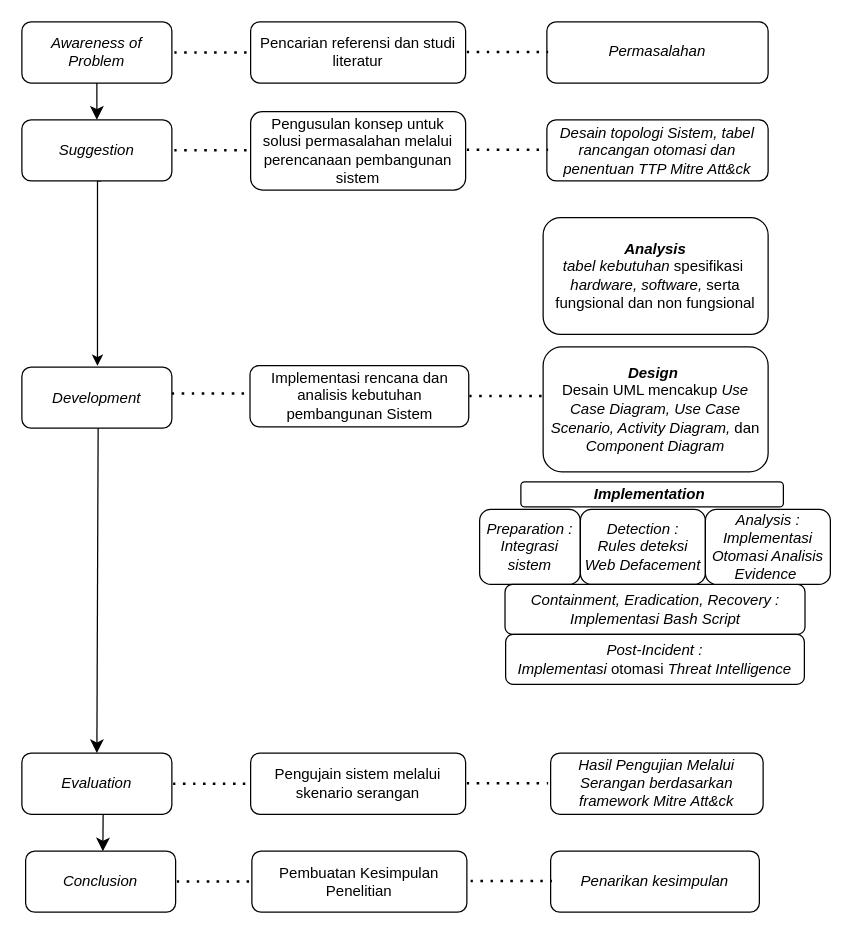
Earlier version of the draw.io diagram page "Halaman-2" (2 of 3) of Diagram Tanpa Judul.drawio (DzidanIsh/Tugas-Akhir). Source tidied: cells renumbered, new cells numbered last; positions are measured from the earlier drawing's top-left corner, leaving out a move shared by most shapes. Both pictures are drawn from the tidied source at 125%, with x=0, y=0 at pixel (21, 21).
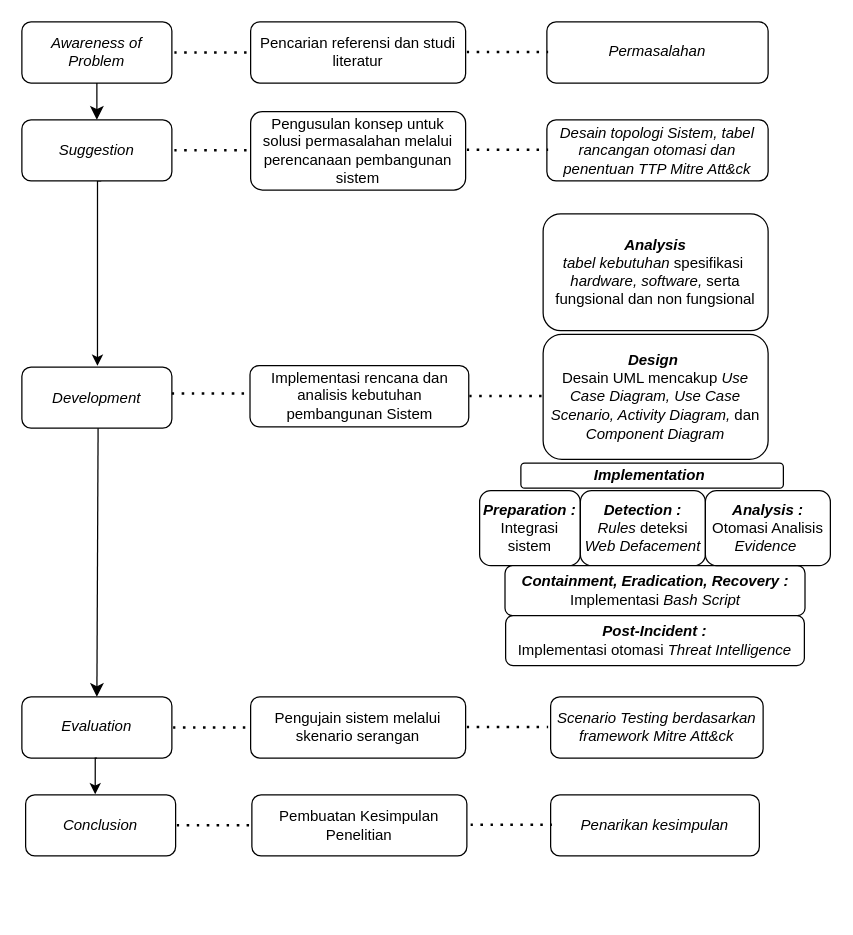
The same diagram, later.

The edit, as a diff of the source:
```diff
@@
     <mxCell id="8" value="&lt;i&gt;Evaluation&lt;/i&gt;" style="rounded=1;whiteSpace=wrap;html=1;" parent="1" vertex="1">
-      <mxGeometry y="585" width="120" height="48.9" as="geometry" />
+      <mxGeometry y="540" width="120" height="48.9" as="geometry" />
     </mxCell>
     <mxCell id="9" value="&lt;i&gt;Conclusion&lt;/i&gt;" style="rounded=1;whiteSpace=wrap;html=1;" parent="1" vertex="1">
-      <mxGeometry x="3" y="663.3" width="120" height="48.9" as="geometry" />
+      <mxGeometry x="3" y="618.3" width="120" height="48.9" as="geometry" />
     </mxCell>
-    <mxCell id="10" style="edgeStyle=none;curved=1;rounded=1;orthogonalLoop=1;jettySize=auto;html=1;exitX=0.5;exitY=1;exitDx=0;exitDy=0;entryX=0.473;entryY=0.006;entryDx=0;entryDy=0;entryPerimeter=0;fontSize=12;startSize=8;endSize=8;" parent="1" edge="1">
-      <mxGeometry relative="1" as="geometry">
-        <mxPoint x="65" y="633.9" as="sourcePoint" />
-        <mxPoint x="64.8" y="663.6" as="targetPoint" />
-      </mxGeometry>
-    </mxCell>
@@
     <mxCell id="17" style="endArrow=none;dashed=1;html=1;dashPattern=1 3;strokeWidth=2;rounded=1;fontSize=12;startSize=8;endSize=8;curved=1;entryX=0;entryY=0.5;entryDx=0;entryDy=0;" parent="1" edge="1">
       <mxGeometry relative="1" as="geometry">
-        <mxPoint x="121" y="609.5" as="sourcePoint" />
-        <mxPoint x="186" y="609.5" as="targetPoint" />
+        <mxPoint x="121" y="564.5" as="sourcePoint" />
+        <mxPoint x="186" y="564.5" as="targetPoint" />
       </mxGeometry>
     </mxCell>
     <mxCell id="18" value="Pengujain sistem melalui skenario serangan" style="rounded=1;whiteSpace=wrap;html=1;" parent="1" vertex="1">
-      <mxGeometry x="183" y="585" width="172" height="48.9" as="geometry" />
+      <mxGeometry x="183" y="540" width="172" height="48.9" as="geometry" />
     </mxCell>
     <mxCell id="19" style="endArrow=none;dashed=1;html=1;dashPattern=1 3;strokeWidth=2;rounded=1;fontSize=12;startSize=8;endSize=8;curved=1;entryX=0;entryY=0.5;entryDx=0;entryDy=0;" parent="1" edge="1">
       <mxGeometry relative="1" as="geometry">
-        <mxPoint x="124" y="687.7" as="sourcePoint" />
-        <mxPoint x="189" y="687.7" as="targetPoint" />
+        <mxPoint x="124" y="642.7" as="sourcePoint" />
+        <mxPoint x="189" y="642.7" as="targetPoint" />
       </mxGeometry>
     </mxCell>
     <mxCell id="20" value="Pembuatan Kesimpulan Penelitian" style="rounded=1;whiteSpace=wrap;html=1;" parent="1" vertex="1">
-      <mxGeometry x="184" y="663.3" width="172" height="48.9" as="geometry" />
+      <mxGeometry x="184" y="618.3" width="172" height="48.9" as="geometry" />
     </mxCell>
@@
     <mxCell id="23" value="&lt;div&gt;&lt;i&gt;&lt;b&gt;Analysis&lt;/b&gt;&lt;/i&gt;&lt;/div&gt;&lt;div&gt;&lt;i style=&quot;background-color: transparent; color: light-dark(rgb(0, 0, 0), rgb(255, 255, 255));&quot;&gt;tabel kebutuhan &lt;/i&gt;&lt;span style=&quot;background-color: transparent; color: light-dark(rgb(0, 0, 0), rgb(255, 255, 255));&quot;&gt;spesifikasi&amp;nbsp;&lt;/span&gt;&lt;/div&gt;&lt;div&gt;&lt;font style=&quot;font-size: 12px;&quot;&gt;&lt;i style=&quot;background-color: transparent; color: light-dark(rgb(0, 0, 0), rgb(255, 255, 255));&quot;&gt;hardware,&lt;/i&gt;&lt;span style=&quot;background-color: transparent; color: light-dark(rgb(0, 0, 0), rgb(255, 255, 255));&quot;&gt;&amp;nbsp;&lt;/span&gt;&lt;i style=&quot;background-color: transparent; color: light-dark(rgb(0, 0, 0), rgb(255, 255, 255));&quot;&gt;software, &lt;/i&gt;&lt;span style=&quot;background-color: transparent; color: light-dark(rgb(0, 0, 0), rgb(255, 255, 255));&quot;&gt;serta&lt;/span&gt;&lt;i style=&quot;background-color: transparent; color: light-dark(rgb(0, 0, 0), rgb(255, 255, 255));&quot;&gt; &lt;/i&gt;&lt;span style=&quot;background-color: transparent; color: light-dark(rgb(0, 0, 0), rgb(255, 255, 255));&quot;&gt;fungsional dan non fungsional&lt;/span&gt;&lt;/font&gt;&lt;i style=&quot;background-color: transparent; color: light-dark(rgb(0, 0, 0), rgb(255, 255, 255));&quot;&gt;&lt;br&gt;&lt;/i&gt;&lt;/div&gt;" style="rounded=1;whiteSpace=wrap;html=1;" parent="1" vertex="1">
-      <mxGeometry x="417" y="156.5" width="180" height="93.5" as="geometry" />
+      <mxGeometry x="417" y="153.5" width="180" height="93.5" as="geometry" />
     </mxCell>
-    <mxCell id="24" value="&lt;div&gt;&lt;i&gt;Hasil Pengujian Melalui Serangan berdasarkan framework Mitre Att&amp;amp;ck&lt;/i&gt;&lt;/div&gt;" style="rounded=1;whiteSpace=wrap;html=1;" parent="1" vertex="1">
-      <mxGeometry x="423" y="585" width="170" height="48.9" as="geometry" />
+    <mxCell id="24" value="&lt;div&gt;&lt;i&gt;Scenario Testing berdasarkan framework Mitre Att&amp;amp;ck&lt;/i&gt;&lt;/div&gt;" style="rounded=1;whiteSpace=wrap;html=1;" parent="1" vertex="1">
+      <mxGeometry x="423" y="540" width="170" height="48.9" as="geometry" />
     </mxCell>
     <mxCell id="25" value="&lt;i&gt;Penarikan kesimpulan&lt;/i&gt;" style="rounded=1;whiteSpace=wrap;html=1;" parent="1" vertex="1">
-      <mxGeometry x="423" y="663.3" width="167" height="48.9" as="geometry" />
+      <mxGeometry x="423" y="618.3" width="167" height="48.9" as="geometry" />
     </mxCell>
@@
     <mxCell id="29" style="endArrow=none;dashed=1;html=1;dashPattern=1 3;strokeWidth=2;rounded=1;fontSize=12;startSize=8;endSize=8;curved=1;entryX=0;entryY=0.5;entryDx=0;entryDy=0;" parent="1" edge="1">
       <mxGeometry relative="1" as="geometry">
-        <mxPoint x="356" y="609" as="sourcePoint" />
-        <mxPoint x="421" y="609" as="targetPoint" />
+        <mxPoint x="356" y="564" as="sourcePoint" />
+        <mxPoint x="421" y="564" as="targetPoint" />
       </mxGeometry>
     </mxCell>
     <mxCell id="30" style="endArrow=none;dashed=1;html=1;dashPattern=1 3;strokeWidth=2;rounded=1;fontSize=12;startSize=8;endSize=8;curved=1;entryX=0;entryY=0.5;entryDx=0;entryDy=0;" parent="1" edge="1">
       <mxGeometry relative="1" as="geometry">
-        <mxPoint x="359" y="687.2" as="sourcePoint" />
-        <mxPoint x="424" y="687.2" as="targetPoint" />
+        <mxPoint x="359" y="642.2" as="sourcePoint" />
+        <mxPoint x="424" y="642.2" as="targetPoint" />
       </mxGeometry>
     </mxCell>
     <mxCell id="31" value="&lt;div&gt;&lt;i style=&quot;background-color: transparent; color: light-dark(rgb(0, 0, 0), rgb(255, 255, 255));&quot;&gt;&lt;b&gt;Implementation&amp;nbsp;&lt;/b&gt;&lt;/i&gt;&lt;/div&gt;" style="rounded=1;whiteSpace=wrap;html=1;" parent="1" vertex="1">
-      <mxGeometry x="399.2" y="368" width="210" height="20" as="geometry" />
+      <mxGeometry x="399.2" y="353" width="210" height="20" as="geometry" />
     </mxCell>
     <mxCell id="32" value="&lt;font style=&quot;font-size: 12px;&quot;&gt;&lt;i style=&quot;background-color: transparent; color: light-dark(rgb(0, 0, 0), rgb(255, 255, 255));&quot;&gt;&lt;b&gt;Design&amp;nbsp;&lt;/b&gt;&lt;/i&gt;&lt;/font&gt;&lt;div&gt;&lt;font style=&quot;font-size: 12px;&quot;&gt;&lt;span style=&quot;line-height: 115%;&quot;&gt;Desain UML mencakup &lt;i style=&quot;&quot;&gt;Use Case Diagram, Use Case Scenario, Activity Diagram,&lt;/i&gt; dan &lt;i style=&quot;&quot;&gt;Component Diagram&lt;/i&gt;&lt;/span&gt;&lt;/font&gt;&lt;i style=&quot;background-color: transparent; color: light-dark(rgb(0, 0, 0), rgb(255, 255, 255));&quot;&gt;&lt;b&gt;&lt;br&gt;&lt;/b&gt;&lt;/i&gt;&lt;/div&gt;" style="rounded=1;whiteSpace=wrap;html=1;" parent="1" vertex="1">
-      <mxGeometry x="417" y="260" width="180" height="100" as="geometry" />
+      <mxGeometry x="417" y="250" width="180" height="100" as="geometry" />
     </mxCell>
-    <mxCell id="33" value="&lt;div&gt;&lt;i style=&quot;background-color: transparent; color: light-dark(rgb(0, 0, 0), rgb(255, 255, 255));&quot;&gt;Preparation :&lt;/i&gt;&lt;/div&gt;&lt;div&gt;&lt;i style=&quot;background-color: transparent;&quot;&gt;Integrasi sistem&lt;/i&gt;&lt;/div&gt;" style="rounded=1;whiteSpace=wrap;html=1;" parent="1" vertex="1">
-      <mxGeometry x="366.2" y="390" width="80.5" height="60" as="geometry" />
+    <mxCell id="33" value="&lt;div&gt;&lt;i style=&quot;background-color: transparent; color: light-dark(rgb(0, 0, 0), rgb(255, 255, 255));&quot;&gt;&lt;b&gt;Preparation :&lt;/b&gt;&lt;/i&gt;&lt;/div&gt;&lt;div&gt;&lt;span style=&quot;background-color: transparent;&quot;&gt;Integrasi sistem&lt;/span&gt;&lt;/div&gt;" style="rounded=1;whiteSpace=wrap;html=1;" parent="1" vertex="1">
+      <mxGeometry x="366.2" y="375" width="80.5" height="60" as="geometry" />
     </mxCell>
-    <mxCell id="34" value="&lt;div&gt;&lt;span style=&quot;background-color: transparent;&quot;&gt;&lt;i&gt;Detection&amp;nbsp;&lt;/i&gt;&lt;/span&gt;&lt;i style=&quot;background-color: transparent; color: light-dark(rgb(0, 0, 0), rgb(255, 255, 255));&quot;&gt;:&lt;/i&gt;&lt;/div&gt;&lt;div&gt;&lt;i&gt;Rules deteksi Web Defacement&lt;/i&gt;&lt;/div&gt;" style="rounded=1;whiteSpace=wrap;html=1;" parent="1" vertex="1">
-      <mxGeometry x="446.8" y="390" width="100" height="60" as="geometry" />
+    <mxCell id="34" value="&lt;div&gt;&lt;b&gt;&lt;span style=&quot;background-color: transparent;&quot;&gt;&lt;i&gt;Detection&amp;nbsp;&lt;/i&gt;&lt;/span&gt;&lt;i style=&quot;background-color: transparent; color: light-dark(rgb(0, 0, 0), rgb(255, 255, 255));&quot;&gt;:&lt;/i&gt;&lt;/b&gt;&lt;/div&gt;&lt;div&gt;&lt;i&gt;Rules &lt;/i&gt;deteksi &lt;i&gt;Web Defacement&lt;/i&gt;&lt;/div&gt;" style="rounded=1;whiteSpace=wrap;html=1;" parent="1" vertex="1">
+      <mxGeometry x="446.8" y="375" width="100" height="60" as="geometry" />
     </mxCell>
-    <mxCell id="35" value="&lt;div&gt;&lt;span style=&quot;background-color: transparent;&quot;&gt;&lt;i&gt;Containment, Eradication, Recovery&lt;/i&gt;&lt;/span&gt;&lt;span style=&quot;background-color: transparent;&quot;&gt;&lt;i&gt;&amp;nbsp;&lt;/i&gt;&lt;/span&gt;&lt;i style=&quot;background-color: transparent; color: light-dark(rgb(0, 0, 0), rgb(255, 255, 255));&quot;&gt;:&lt;/i&gt;&lt;/div&gt;&lt;div&gt;&lt;i&gt;Implementasi Bash Script&lt;/i&gt;&lt;/div&gt;" style="rounded=1;whiteSpace=wrap;html=1;" parent="1" vertex="1">
-      <mxGeometry x="386.5" y="450" width="240" height="40" as="geometry" />
+    <mxCell id="35" value="&lt;div&gt;&lt;b&gt;&lt;span style=&quot;background-color: transparent;&quot;&gt;&lt;i&gt;Containment, Eradication, Recovery&lt;/i&gt;&lt;/span&gt;&lt;span style=&quot;background-color: transparent;&quot;&gt;&lt;i&gt;&amp;nbsp;&lt;/i&gt;&lt;/span&gt;&lt;i style=&quot;background-color: transparent; color: light-dark(rgb(0, 0, 0), rgb(255, 255, 255));&quot;&gt;:&lt;/i&gt;&lt;/b&gt;&lt;/div&gt;&lt;div&gt;Implementasi &lt;i&gt;Bash Script&lt;/i&gt;&lt;/div&gt;" style="rounded=1;whiteSpace=wrap;html=1;" parent="1" vertex="1">
+      <mxGeometry x="386.5" y="435" width="240" height="40" as="geometry" />
     </mxCell>
-    <mxCell id="36" value="&lt;div&gt;&lt;span style=&quot;background-color: transparent;&quot;&gt;&lt;i&gt;Post-Incident&lt;/i&gt;&lt;/span&gt;&lt;span style=&quot;background-color: transparent;&quot;&gt;&lt;i&gt;&amp;nbsp;&lt;/i&gt;&lt;/span&gt;&lt;i style=&quot;background-color: transparent; color: light-dark(rgb(0, 0, 0), rgb(255, 255, 255));&quot;&gt;:&lt;/i&gt;&lt;/div&gt;&lt;div&gt;&lt;i&gt;Implementasi &lt;/i&gt;otomasi &lt;i&gt;Threat Intelligence&lt;/i&gt;&lt;/div&gt;" style="rounded=1;whiteSpace=wrap;html=1;" parent="1" vertex="1">
-      <mxGeometry x="387" y="490" width="239" height="40" as="geometry" />
+    <mxCell id="36" value="&lt;div&gt;&lt;b&gt;&lt;span style=&quot;background-color: transparent;&quot;&gt;&lt;i&gt;Post-Incident&lt;/i&gt;&lt;/span&gt;&lt;span style=&quot;background-color: transparent;&quot;&gt;&lt;i&gt;&amp;nbsp;&lt;/i&gt;&lt;/span&gt;&lt;i style=&quot;background-color: transparent; color: light-dark(rgb(0, 0, 0), rgb(255, 255, 255));&quot;&gt;:&lt;/i&gt;&lt;/b&gt;&lt;/div&gt;&lt;div&gt;Implementasi otomasi &lt;i&gt;Threat Intelligence&lt;/i&gt;&lt;/div&gt;" style="rounded=1;whiteSpace=wrap;html=1;" parent="1" vertex="1">
+      <mxGeometry x="387" y="475" width="239" height="40" as="geometry" />
     </mxCell>
-    <mxCell id="37" value="&lt;div&gt;&lt;span style=&quot;background-color: transparent;&quot;&gt;&lt;i&gt;Analysis&amp;nbsp;&lt;/i&gt;&lt;/span&gt;&lt;i style=&quot;background-color: transparent; color: light-dark(rgb(0, 0, 0), rgb(255, 255, 255));&quot;&gt;:&lt;/i&gt;&lt;/div&gt;&lt;div&gt;&lt;i&gt;Implementasi Otomasi Analisis Evidence&amp;nbsp;&lt;/i&gt;&lt;/div&gt;" style="rounded=1;whiteSpace=wrap;html=1;" parent="1" vertex="1">
-      <mxGeometry x="546.8" y="390" width="100" height="60" as="geometry" />
+    <mxCell id="37" value="&lt;div&gt;&lt;b&gt;&lt;span style=&quot;background-color: transparent;&quot;&gt;&lt;i&gt;Analysis&amp;nbsp;&lt;/i&gt;&lt;/span&gt;&lt;i style=&quot;background-color: transparent; color: light-dark(rgb(0, 0, 0), rgb(255, 255, 255));&quot;&gt;:&lt;/i&gt;&lt;/b&gt;&lt;/div&gt;&lt;div&gt;Otomasi Analisis &lt;i&gt;Evidence&amp;nbsp;&lt;/i&gt;&lt;/div&gt;" style="rounded=1;whiteSpace=wrap;html=1;" parent="1" vertex="1">
+      <mxGeometry x="546.8" y="375" width="100" height="60" as="geometry" />
     </mxCell>
+    <mxCell id="38" style="edgeStyle=orthogonalEdgeStyle;rounded=0;jettySize=auto;html=1;exitX=0.5;exitY=1;exitDx=0;exitDy=0;entryX=0.464;entryY=-0.007;entryDx=0;entryDy=0;entryPerimeter=0;" parent="1" edge="1" source="8" target="9">
+      <mxGeometry relative="1" as="geometry" />
+    </mxCell>
```
